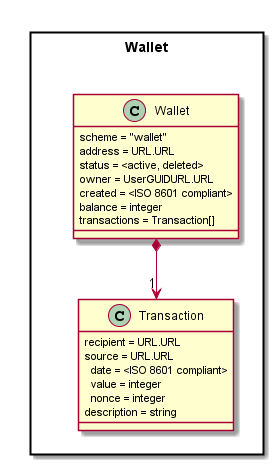
Earlier version of the PlantUML export datamodel/data-objects/wallet/Wallet-Data-Object-Model.png (reTHINK-project/specs).
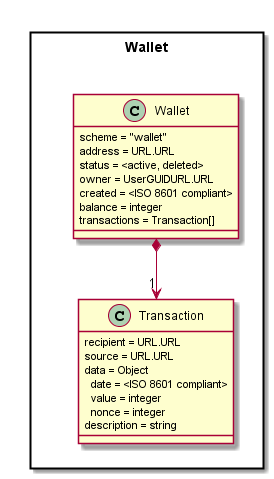
The same diagram one commit later.

Commit message:
Wallet Model: added "data" attribute to transaction

Change to the diagram source:
```diff
@@ -15,6 +15,7 @@
 	class Transaction {
 		recipient = URL.URL
 		source = URL.URL
+		data = Object
     date = <ISO 8601 compliant>
     value = integer
     nonce = integer
```
